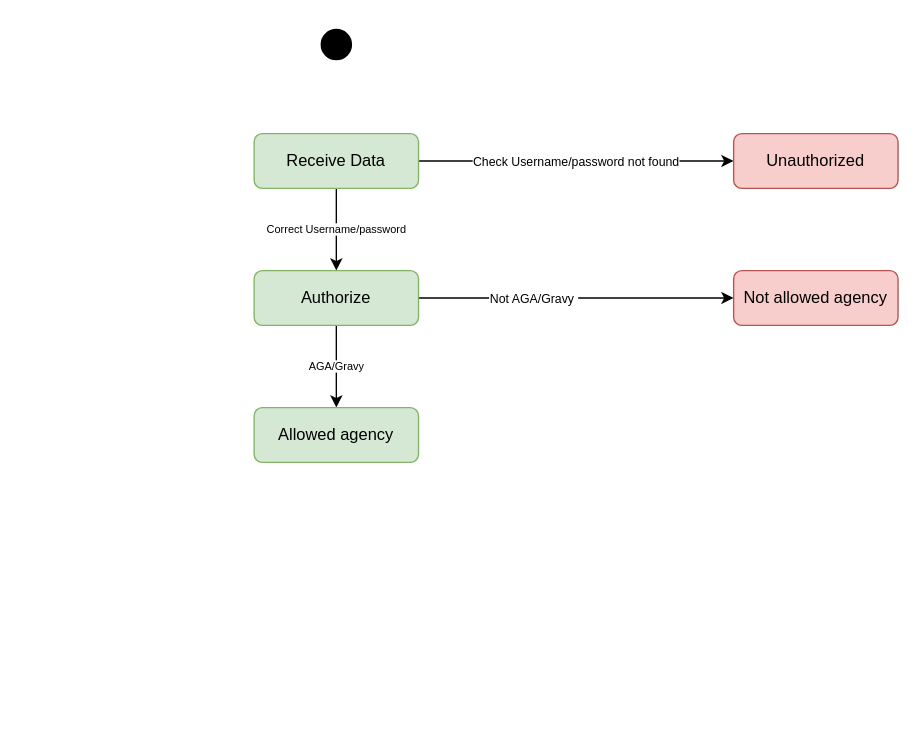
Before: AZTH-FNBridge-StateDaigram-New_API_AGA_and_Gravy.drawio in phatcharalaw/my-doc, a draw.io diagram. Source tidied: cells renumbered, new cells numbered last; positions are measured from the earlier drawing's top-left corner, leaving out a move shared by most shapes. Both pictures are drawn from the tidied source at 137%, with x=0, y=0 at pixel (253, 23).
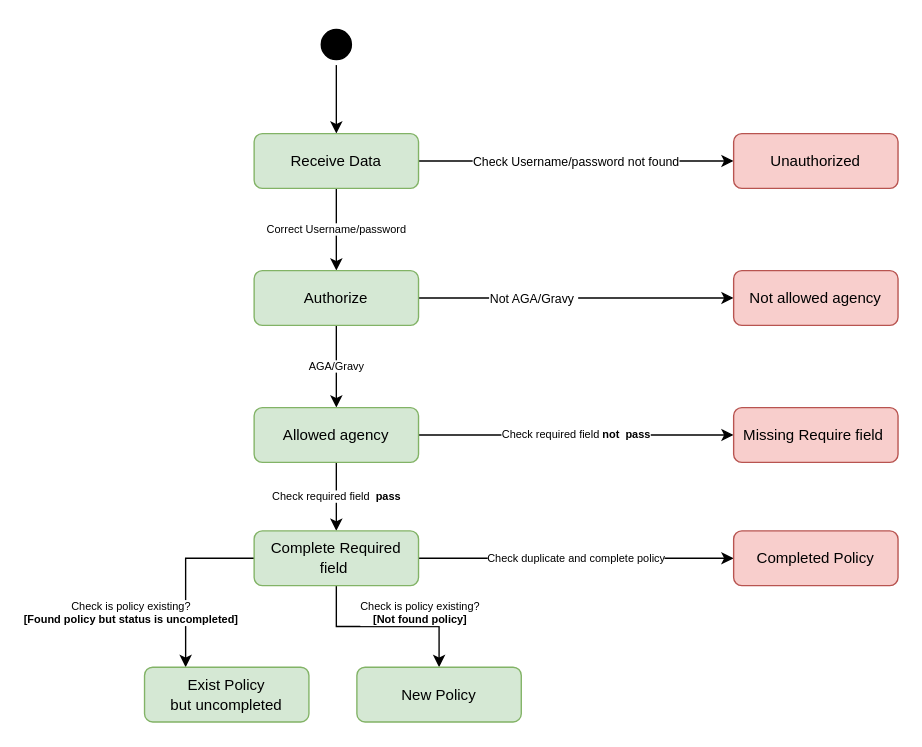
Above is the later version.

The change refers to these unchanged cells:
```xml
<mxCell id="2" style="ellipse;html=1;shape=startState;fillColor=#000000;strokeColor=#000000;fontColor=#333333;" parent="1" vertex="1">
  <mxGeometry x="45" width="30" height="30" as="geometry" />
</mxCell>
```

What changed in the source:
```diff
@@
+    <mxCell id="13" style="edgeStyle=orthogonalEdgeStyle;rounded=0;jettySize=auto;html=1;strokeColor=#000000;fontSize=8;" parent="1" edge="1" source="2" target="5">
+      <mxGeometry relative="1" as="geometry" />
+    </mxCell>
@@
-    <mxCell id="5" value="Receive Data" style="rounded=1;whiteSpace=wrap;html=1;strokeColor=#82b366;fillColor=#d5e8d4;" parent="1" vertex="1">
+    <mxCell id="5" value="Receive Data" style="rounded=1;whiteSpace=wrap;html=1;strokeColor=#82b366;fillColor=#d5e8d4;fontSize=11;" parent="1" vertex="1">
       <mxGeometry y="80" width="120" height="40" as="geometry" />
     </mxCell>
@@
-    <mxCell id="9" value="Authorize" style="rounded=1;whiteSpace=wrap;html=1;strokeColor=#82b366;fillColor=#d5e8d4;" parent="1" vertex="1">
+    <mxCell id="9" value="Authorize" style="rounded=1;whiteSpace=wrap;html=1;strokeColor=#82b366;fillColor=#d5e8d4;fontSize=11;" parent="1" vertex="1">
       <mxGeometry y="180" width="120" height="40" as="geometry" />
     </mxCell>
-    <mxCell id="10" value="Unauthorized" style="rounded=1;whiteSpace=wrap;html=1;strokeColor=#b85450;fillColor=#f8cecc;" parent="1" vertex="1">
+    <mxCell id="10" value="Unauthorized" style="rounded=1;whiteSpace=wrap;html=1;strokeColor=#b85450;fillColor=#f8cecc;fontSize=11;" parent="1" vertex="1">
       <mxGeometry x="350" y="80" width="120" height="40" as="geometry" />
     </mxCell>
-    <mxCell id="11" value="Not allowed agency" style="rounded=1;whiteSpace=wrap;html=1;strokeColor=#b85450;fillColor=#f8cecc;" parent="1" vertex="1">
+    <mxCell id="11" value="Not allowed agency" style="rounded=1;whiteSpace=wrap;html=1;strokeColor=#b85450;fillColor=#f8cecc;fontSize=11;" parent="1" vertex="1">
       <mxGeometry x="350" y="180" width="120" height="40" as="geometry" />
     </mxCell>
+    <mxCell id="14" value="Check required field &lt;b&gt;not&amp;nbsp; pass&lt;/b&gt;" style="edgeStyle=orthogonalEdgeStyle;rounded=0;jettySize=auto;html=1;entryX=0;entryY=0.5;entryDx=0;entryDy=0;strokeColor=#000000;fontSize=8;" parent="1" edge="1" source="12" target="16">
+      <mxGeometry relative="1" as="geometry" />
+    </mxCell>
+    <mxCell id="15" value="Check required field&amp;nbsp; &lt;b&gt;pass&lt;/b&gt;" style="edgeStyle=orthogonalEdgeStyle;rounded=0;jettySize=auto;html=1;entryX=0.5;entryY=0;entryDx=0;entryDy=0;strokeColor=#000000;fontSize=8;" parent="1" edge="1" source="12" target="21">
+      <mxGeometry relative="1" as="geometry" />
+    </mxCell>
-    <mxCell id="12" value="&lt;span&gt;Allowed agency&lt;/span&gt;" style="rounded=1;whiteSpace=wrap;html=1;strokeColor=#82b366;fillColor=#d5e8d4;" parent="1" vertex="1">
+    <mxCell id="12" value="&lt;span style=&quot;font-size: 11px;&quot;&gt;Allowed agency&lt;/span&gt;" style="rounded=1;whiteSpace=wrap;html=1;strokeColor=#82b366;fillColor=#d5e8d4;fontSize=11;" parent="1" vertex="1">
       <mxGeometry y="280" width="120" height="40" as="geometry" />
     </mxCell>
+    <mxCell id="16" value="Missing Require field&amp;nbsp;" style="rounded=1;whiteSpace=wrap;html=1;strokeColor=#b85450;fillColor=#f8cecc;fontSize=11;" parent="1" vertex="1">
+      <mxGeometry x="350" y="280" width="120" height="40" as="geometry" />
+    </mxCell>
+    <mxCell id="17" value="Check duplicate and complete policy" style="edgeStyle=orthogonalEdgeStyle;rounded=0;jettySize=auto;html=1;entryX=0;entryY=0.5;entryDx=0;entryDy=0;strokeColor=#000000;fontSize=8;" parent="1" edge="1" source="21" target="24">
+      <mxGeometry relative="1" as="geometry" />
+    </mxCell>
+    <mxCell id="18" value="Check is policy existing?&lt;br&gt;&lt;b&gt;[Found policy but status is uncompleted]&lt;/b&gt;" style="edgeStyle=orthogonalEdgeStyle;rounded=0;jettySize=auto;html=1;entryX=0.25;entryY=0;entryDx=0;entryDy=0;strokeColor=#000000;fontSize=8;" parent="1" edge="1" source="21" target="23">
+      <mxGeometry x="0.39" y="-40" relative="1" as="geometry">
+        <Array as="points">
+          <mxPoint x="-50" y="390" />
+        </Array>
+      </mxGeometry>
+    </mxCell>
+    <mxCell id="19" style="edgeStyle=orthogonalEdgeStyle;rounded=0;jettySize=auto;html=1;entryX=0.5;entryY=0;entryDx=0;entryDy=0;strokeColor=#000000;fontSize=8;" parent="1" edge="1" source="21" target="22">
+      <mxGeometry relative="1" as="geometry" />
+    </mxCell>
+    <mxCell id="20" value="Check is policy existing?&lt;br&gt;&lt;b&gt;[Not found policy]&lt;/b&gt;" style="text;html=1;align=center;verticalAlign=middle;labelBackgroundColor=#ffffff;fontSize=8;" parent="19" vertex="1">
+      <mxGeometry x="-0.58" y="15" relative="1" as="geometry">
+        <mxPoint x="45" y="-8.5" as="offset" />
+      </mxGeometry>
+    </mxCell>
+    <mxCell id="21" value="&lt;span style=&quot;font-size: 11px;&quot;&gt;Complete Required field&amp;nbsp;&lt;/span&gt;" style="rounded=1;whiteSpace=wrap;html=1;strokeColor=#82b366;fillColor=#d5e8d4;fontSize=11;" parent="1" vertex="1">
+      <mxGeometry y="370" width="120" height="40" as="geometry" />
+    </mxCell>
+    <mxCell id="22" value="&lt;span style=&quot;font-size: 11px;&quot;&gt;New Policy&lt;/span&gt;" style="rounded=1;whiteSpace=wrap;html=1;strokeColor=#82b366;fillColor=#d5e8d4;fontSize=11;" parent="1" vertex="1">
+      <mxGeometry x="75" y="469.5" width="120" height="40" as="geometry" />
+    </mxCell>
+    <mxCell id="23" value="&lt;span style=&quot;font-size: 11px;&quot;&gt;Exist Policy but&amp;nbsp;&lt;/span&gt;uncompleted" style="rounded=1;whiteSpace=wrap;html=1;strokeColor=#82b366;fillColor=#d5e8d4;fontSize=11;" parent="1" vertex="1">
+      <mxGeometry x="-80" y="469.5" width="120" height="40" as="geometry" />
+    </mxCell>
+    <mxCell id="24" value="Completed Policy" style="rounded=1;whiteSpace=wrap;html=1;strokeColor=#b85450;fillColor=#f8cecc;fontSize=11;" parent="1" vertex="1">
+      <mxGeometry x="350" y="370" width="120" height="40" as="geometry" />
+    </mxCell>
```
